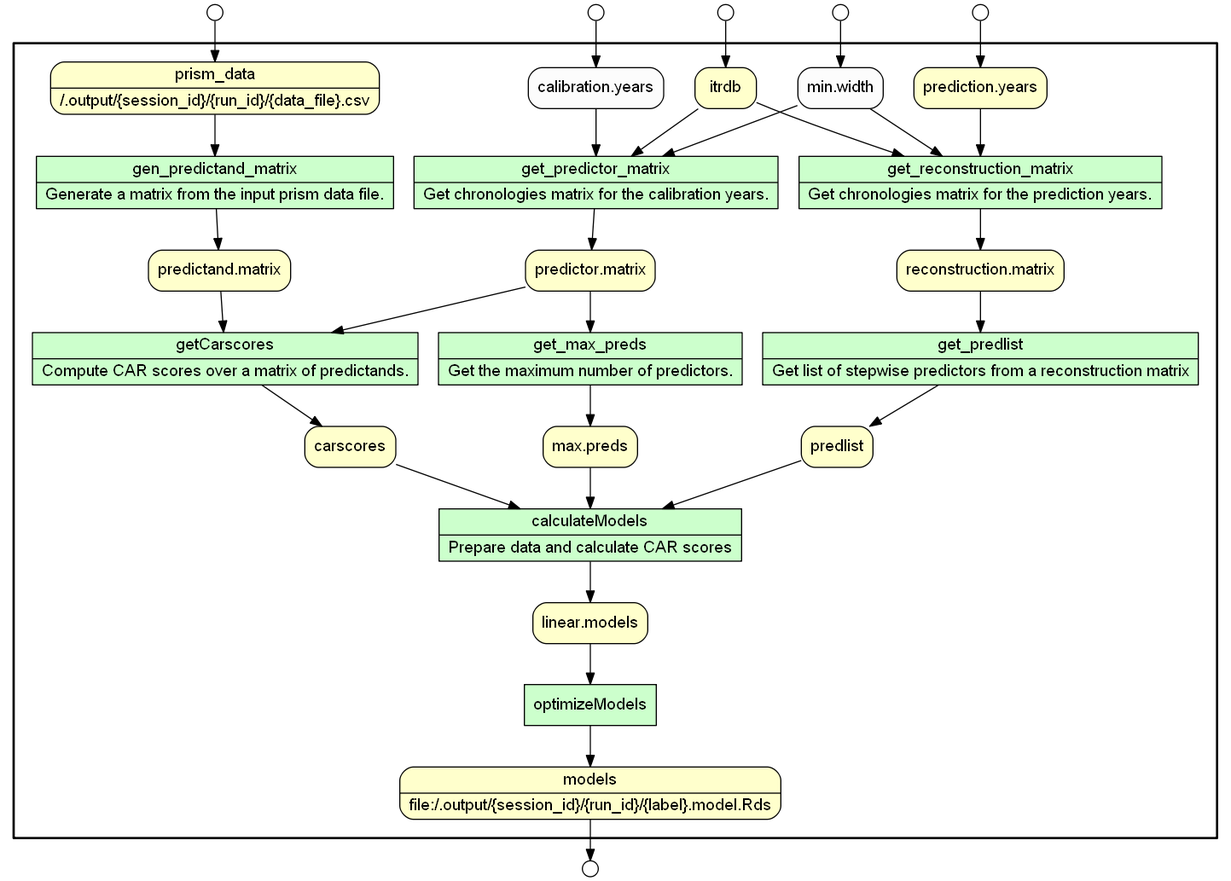
Above: public/prospective_prov_img/paleocar_models_provenance.png in idaks/wt-prov-Summer-2017 (Graphviz), before the change. Its source is kept beside it as .prov_scripts/gv_files/paleocar_models_provenance.gv.
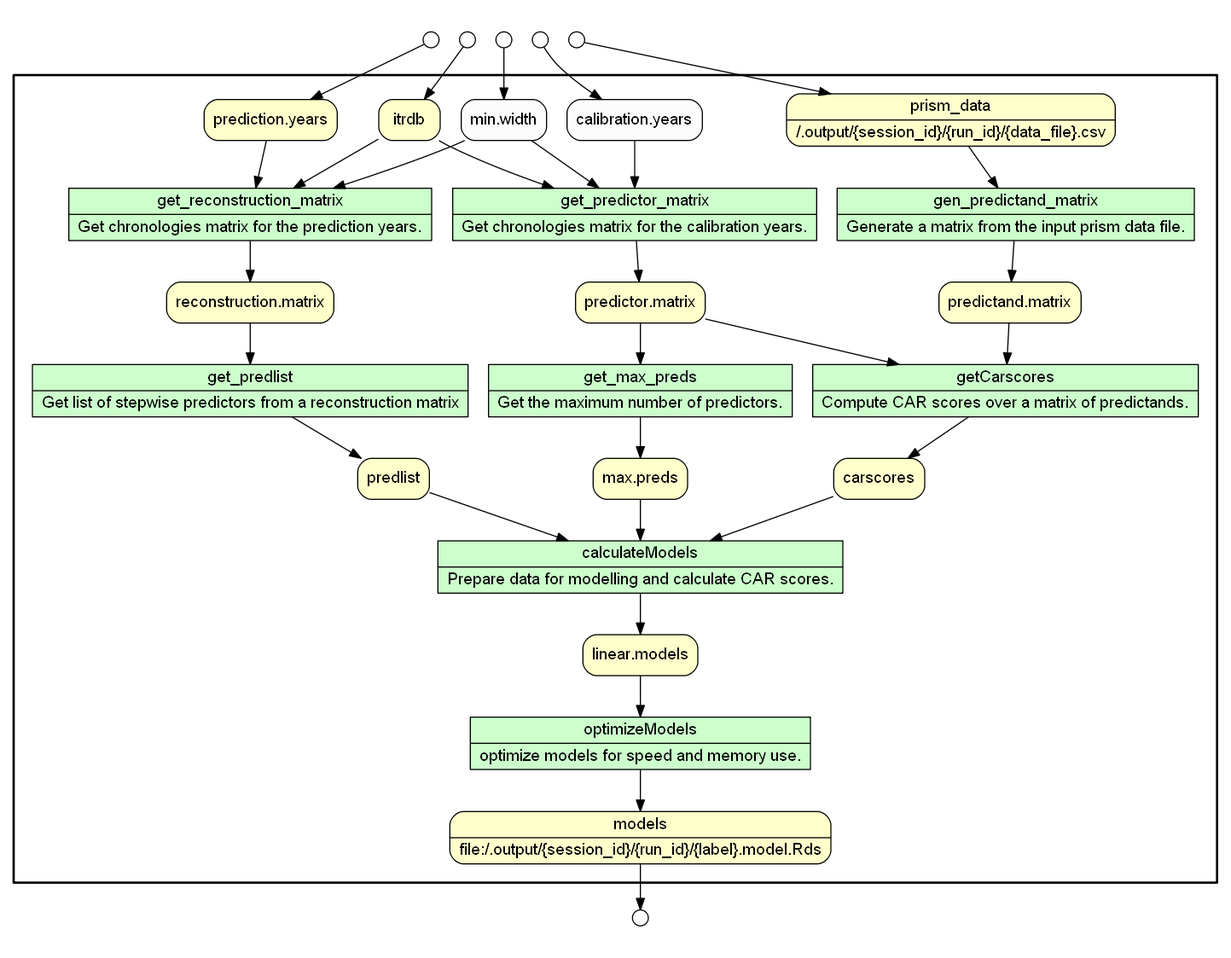
After the change.

What changed in the source:
```diff
@@ -11,8 +11,8 @@
 gen_predictand_matrix [shape=record rankdir=LR label="{<f0> gen_predictand_matrix |<f1> Generate a matrix from the input prism data file.}"];
 get_predlist [shape=record rankdir=LR label="{<f0> get_predlist |<f1> Get list of stepwise predictors from a reconstruction matrix}"];
 getCarscores [shape=record rankdir=LR label="{<f0> getCarscores |<f1> Compute CAR scores over a matrix of predictands.}"];
-calculateModels [shape=record rankdir=LR label="{<f0> calculateModels |<f1> Prepare data and calculate CAR scores}"];
-optimizeModels
+calculateModels [shape=record rankdir=LR label="{<f0> calculateModels |<f1> Prepare data for modelling and calculate CAR scores.}"];
+optimizeModels [shape=record rankdir=LR label="{<f0> optimizeModels |<f1> optimize models for speed and memory use.}"];
 node[shape=box style="rounded,filled" fillcolor="#FFFFCC" peripheries=1 fontname=Helvetica]
 models [shape=record rankdir=LR label="{<f0> models |<f1> file\:/.output/\{session_id\}/\{run_id\}/\{label\}.model.Rds}"];
 itrdb
@@ -52,14 +52,20 @@
 optimizeModels -> models
 "linear.models" -> optimizeModels
 }}
+subgraph cluster_input_ports_group_outer { label=""; penwidth=0
+subgraph cluster_input_ports_group_inner { label=""; penwidth=0
 node[shape=circle style="rounded,filled" fillcolor="#FFFFFF" peripheries=1 fontname=Helvetica width=0.2]
 prism_data_input_port [label=""]
 "calibration.years_input_port" [label=""]
 "prediction.years_input_port" [label=""]
 itrdb_input_port [label=""]
 "min.width_input_port" [label=""]
+}}
+subgraph cluster_output_ports_group_outer { label=""; penwidth=0
+subgraph cluster_output_ports_group_inner { label=""; penwidth=0
 node[shape=circle style="rounded,filled" fillcolor="#FFFFFF" peripheries=1 fontname=Helvetica width=0.2]
 models_output_port [label=""]
+}}
 prism_data_input_port -> prism_data
 "calibration.years_input_port" -> "calibration.years"
 "prediction.years_input_port" -> "prediction.years"
```
